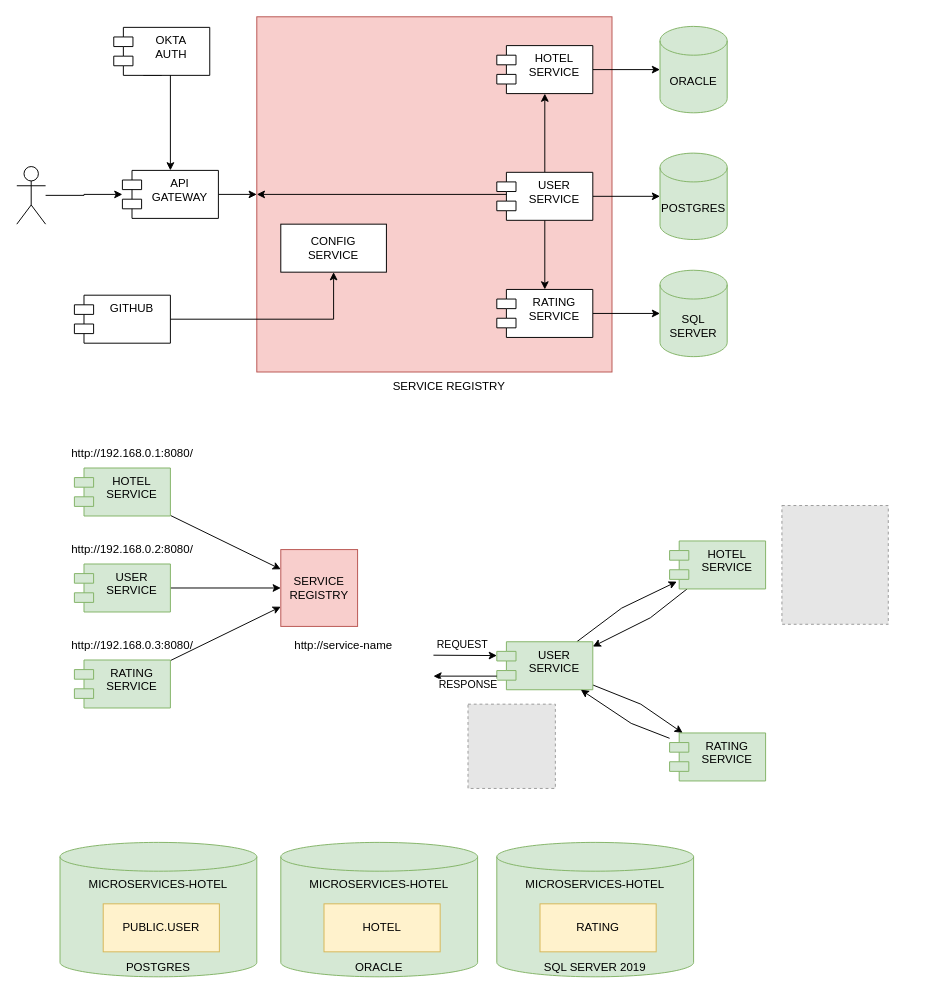
alejovic/microservices-hotel keeps this draw.io diagram as [microservice-hotel]high-level.drawio. Above is the earlier version. Source tidied: cells renumbered, new cells numbered last; positions are measured from the earlier drawing's top-left corner, leaving out a move shared by most shapes. Both pictures are drawn from the tidied source at 96%, with x=0, y=0 at pixel (16, 16). Pictures stored in the file or linked from it are replaced by grey dashed boxes.
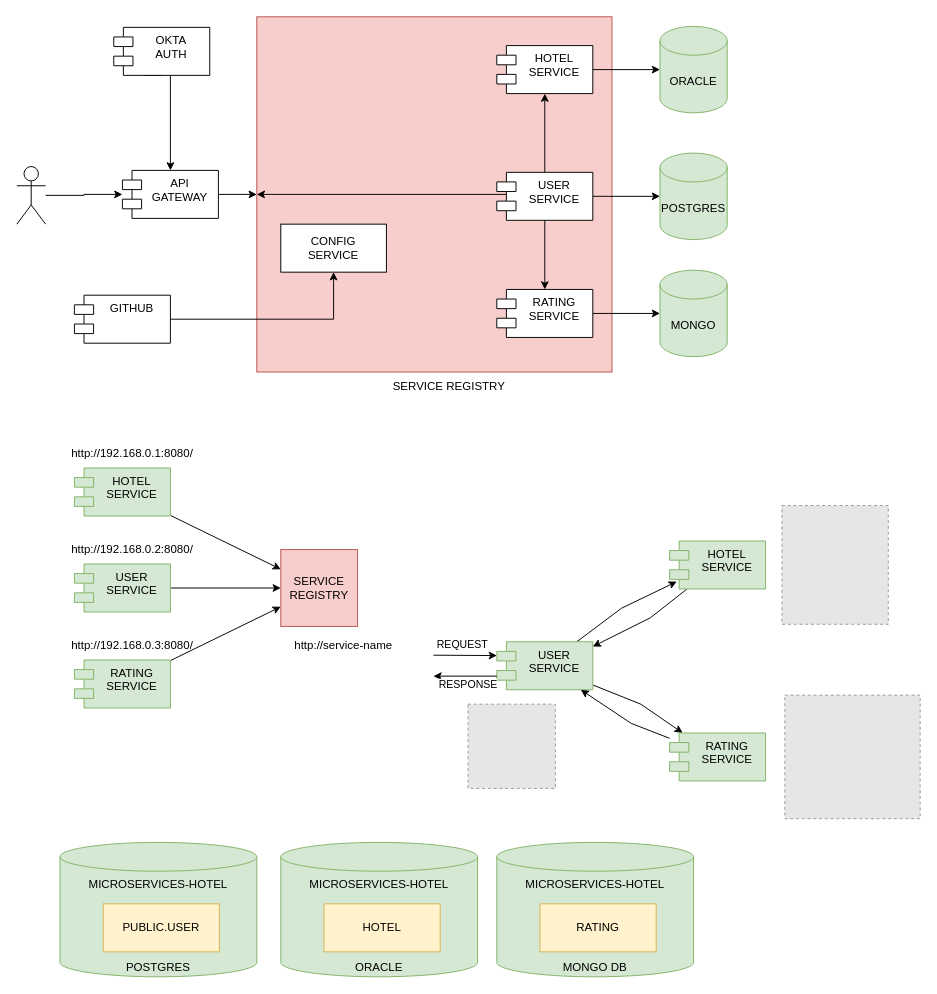
The same diagram, later.

The edit, as a diff of the source:
```diff
@@
-    <mxCell id="4" value="SQL SERVER" style="shape=cylinder3;whiteSpace=wrap;html=1;boundedLbl=1;backgroundOutline=1;size=15;fillColor=#d5e8d4;strokeColor=#82b366;" parent="1" vertex="1">
+    <mxCell id="4" value="MONGO" style="shape=cylinder3;whiteSpace=wrap;html=1;boundedLbl=1;backgroundOutline=1;size=15;fillColor=#d5e8d4;strokeColor=#82b366;" parent="1" vertex="1">
       <mxGeometry x="670" y="264" width="70" height="90" as="geometry" />
     </mxCell>
@@
-    <mxCell id="52" value="MICROSERVICES-HOTEL&lt;br&gt;&lt;br&gt;&lt;br&gt;&lt;br&gt;&lt;br&gt;&lt;br&gt;SQL SERVER 2019" style="shape=cylinder3;whiteSpace=wrap;html=1;boundedLbl=1;backgroundOutline=1;size=15;fillColor=#d5e8d4;strokeColor=#82b366;verticalAlign=top;" parent="1" vertex="1">
+    <mxCell id="52" value="MICROSERVICES-HOTEL&lt;br&gt;&lt;br&gt;&lt;br&gt;&lt;br&gt;&lt;br&gt;&lt;br&gt;MONGO DB" style="shape=cylinder3;whiteSpace=wrap;html=1;boundedLbl=1;backgroundOutline=1;size=15;fillColor=#d5e8d4;strokeColor=#82b366;verticalAlign=top;" parent="1" vertex="1">
       <mxGeometry x="500" y="860" width="205" height="140" as="geometry" />
     </mxCell>
@@
+    <mxCell id="54" style="fillColor=#E6E6E6;strokeColor=#999999;dashed=1;verticalLabelPosition=bottom;labelBackgroundColor=default;verticalAlign=top;" parent="1" vertex="1">
+      <mxGeometry x="800" y="706.6" width="141" height="128.7" as="geometry" />
+    </mxCell>
```
